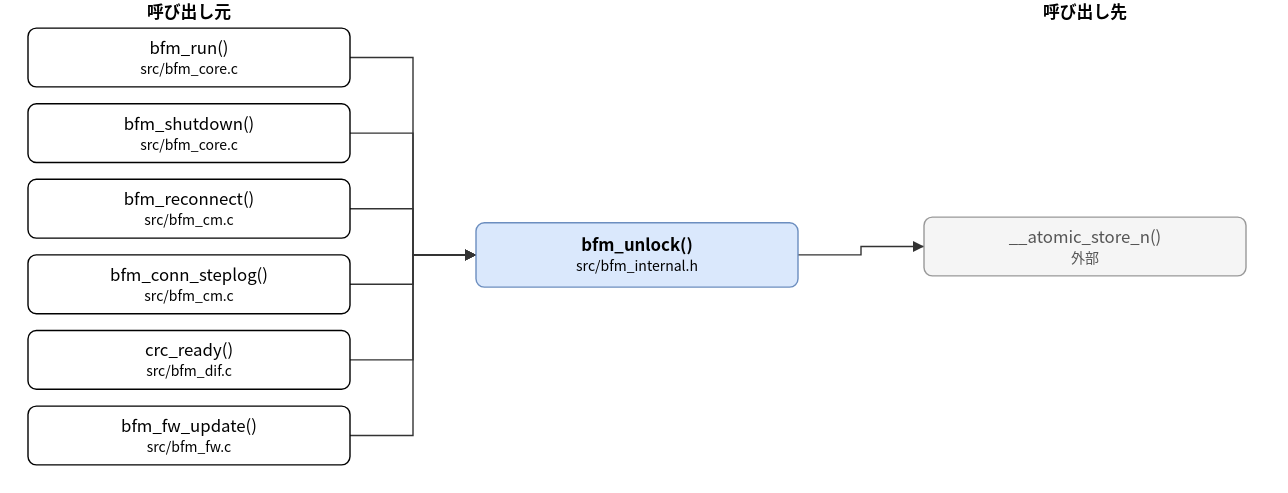
Before: doc/spec/images/call_src_bfm_internal-bfm_unlock.drawio.svg, a diagram exported from draw.io (hf355051012-ai/bfmem). Source tidied: cells renumbered, new cells last; positions are measured from the earlier drawing's top-left corner, leaving out a move shared by most shapes.
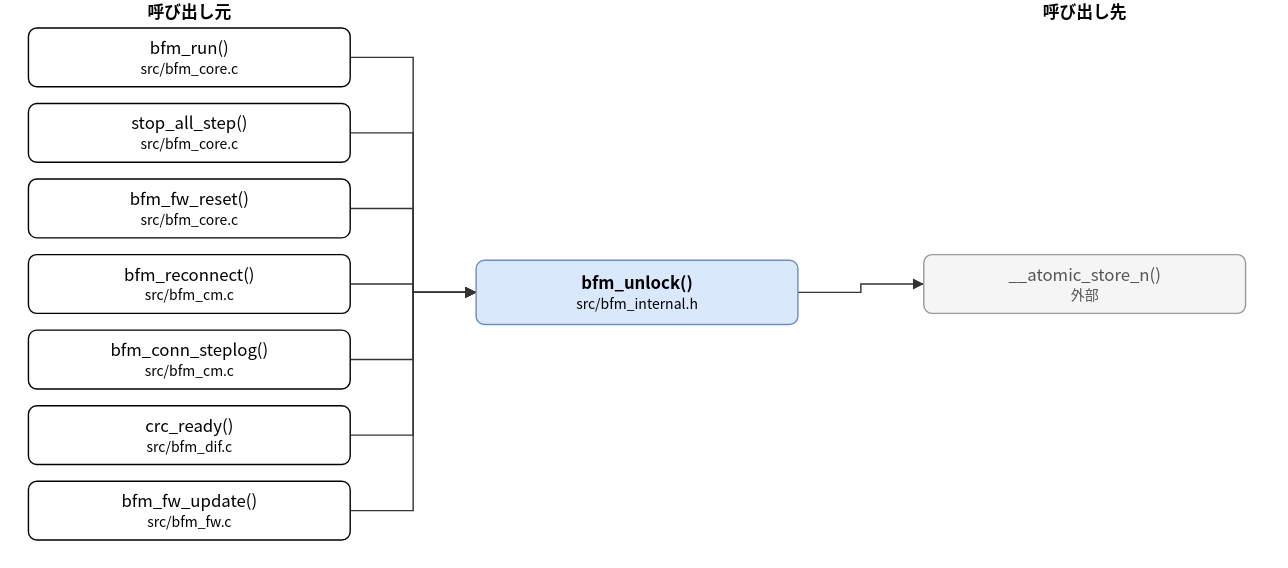
Later version of the same file.

The edit, as a diff of the source:
```diff
@@ -3,34 +3,37 @@
     <mxCell id="0" />
     <mxCell id="1" parent="0" />
     <mxCell id="2" value="bfm_unlock()&lt;br&gt;&lt;font style=&quot;font-size:10px&quot;&gt;src/bfm_internal.h&lt;/font&gt;" style="rounded=1;whiteSpace=wrap;html=1;fillColor=#dae8fc;strokeColor=#6c8ebf;fontStyle=1;" parent="1" vertex="1">
-      <mxGeometry x="320" y="159" width="230" height="46" as="geometry" />
+      <mxGeometry x="320" y="186" width="230" height="46" as="geometry" />
     </mxCell>
     <mxCell id="3" value="bfm_run()&lt;br&gt;&lt;font style=&quot;font-size:10px&quot;&gt;src/bfm_core.c&lt;/font&gt;" style="rounded=1;whiteSpace=wrap;html=1;" parent="1" vertex="1">
       <mxGeometry y="20" width="230" height="42" as="geometry" />
     </mxCell>
-    <mxCell id="4" value="bfm_shutdown()&lt;br&gt;&lt;font style=&quot;font-size:10px&quot;&gt;src/bfm_core.c&lt;/font&gt;" style="rounded=1;whiteSpace=wrap;html=1;" parent="1" vertex="1">
+    <mxCell id="4" value="stop_all_step()&lt;br&gt;&lt;font style=&quot;font-size:10px&quot;&gt;src/bfm_core.c&lt;/font&gt;" style="rounded=1;whiteSpace=wrap;html=1;" parent="1" vertex="1">
       <mxGeometry y="74" width="230" height="42" as="geometry" />
     </mxCell>
-    <mxCell id="5" value="bfm_reconnect()&lt;br&gt;&lt;font style=&quot;font-size:10px&quot;&gt;src/bfm_cm.c&lt;/font&gt;" style="rounded=1;whiteSpace=wrap;html=1;" parent="1" vertex="1">
+    <mxCell id="5" value="bfm_fw_reset()&lt;br&gt;&lt;font style=&quot;font-size:10px&quot;&gt;src/bfm_core.c&lt;/font&gt;" style="rounded=1;whiteSpace=wrap;html=1;" parent="1" vertex="1">
       <mxGeometry y="128" width="230" height="42" as="geometry" />
     </mxCell>
-    <mxCell id="6" value="bfm_conn_steplog()&lt;br&gt;&lt;font style=&quot;font-size:10px&quot;&gt;src/bfm_cm.c&lt;/font&gt;" style="rounded=1;whiteSpace=wrap;html=1;" parent="1" vertex="1">
+    <mxCell id="6" value="bfm_reconnect()&lt;br&gt;&lt;font style=&quot;font-size:10px&quot;&gt;src/bfm_cm.c&lt;/font&gt;" style="rounded=1;whiteSpace=wrap;html=1;" parent="1" vertex="1">
       <mxGeometry y="182" width="230" height="42" as="geometry" />
     </mxCell>
-    <mxCell id="7" value="crc_ready()&lt;br&gt;&lt;font style=&quot;font-size:10px&quot;&gt;src/bfm_dif.c&lt;/font&gt;" style="rounded=1;whiteSpace=wrap;html=1;" parent="1" vertex="1">
+    <mxCell id="7" value="bfm_conn_steplog()&lt;br&gt;&lt;font style=&quot;font-size:10px&quot;&gt;src/bfm_cm.c&lt;/font&gt;" style="rounded=1;whiteSpace=wrap;html=1;" parent="1" vertex="1">
       <mxGeometry y="236" width="230" height="42" as="geometry" />
     </mxCell>
-    <mxCell id="8" value="bfm_fw_update()&lt;br&gt;&lt;font style=&quot;font-size:10px&quot;&gt;src/bfm_fw.c&lt;/font&gt;" style="rounded=1;whiteSpace=wrap;html=1;" parent="1" vertex="1">
+    <mxCell id="8" value="crc_ready()&lt;br&gt;&lt;font style=&quot;font-size:10px&quot;&gt;src/bfm_dif.c&lt;/font&gt;" style="rounded=1;whiteSpace=wrap;html=1;" parent="1" vertex="1">
       <mxGeometry y="290" width="230" height="42" as="geometry" />
     </mxCell>
+    <mxCell id="19" value="bfm_fw_update()&lt;br&gt;&lt;font style=&quot;font-size:10px&quot;&gt;src/bfm_fw.c&lt;/font&gt;" style="rounded=1;whiteSpace=wrap;html=1;" parent="1" vertex="1">
+      <mxGeometry y="344" width="230" height="42" as="geometry" />
+    </mxCell>
     <mxCell id="9" value="__atomic_store_n()&lt;br&gt;&lt;font style=&quot;font-size:10px&quot;&gt;外部&lt;/font&gt;" style="rounded=1;whiteSpace=wrap;html=1;fillColor=#f5f5f5;strokeColor=#999999;fontColor=#555555;" parent="1" vertex="1">
-      <mxGeometry x="640" y="155" width="230" height="42" as="geometry" />
+      <mxGeometry x="640" y="182" width="230" height="42" as="geometry" />
     </mxCell>
     <mxCell id="10" style="edgeStyle=none;html=1;rounded=0;endArrow=block;endFill=1;exitX=1.0000;exitY=0.5000;exitDx=0;exitDy=0;exitPerimeter=0;entryX=0.0000;entryY=0.5000;entryDx=0;entryDy=0;entryPerimeter=0;" parent="1" edge="1" source="3" target="2">
       <mxGeometry relative="1" as="geometry">
         <Array as="points">
           <mxPoint x="275" y="41" />
-          <mxPoint x="275" y="182" />
+          <mxPoint x="275" y="209" />
         </Array>
       </mxGeometry>
     </mxCell>
@@ -38,7 +41,7 @@
       <mxGeometry relative="1" as="geometry">
         <Array as="points">
           <mxPoint x="275" y="95" />
-          <mxPoint x="275" y="182" />
+          <mxPoint x="275" y="209" />
         </Array>
       </mxGeometry>
     </mxCell>
@@ -46,7 +49,7 @@
       <mxGeometry relative="1" as="geometry">
         <Array as="points">
           <mxPoint x="275" y="149" />
-          <mxPoint x="275" y="182" />
+          <mxPoint x="275" y="209" />
         </Array>
       </mxGeometry>
     </mxCell>
@@ -54,7 +57,7 @@
       <mxGeometry relative="1" as="geometry">
         <Array as="points">
           <mxPoint x="275" y="203" />
-          <mxPoint x="275" y="182" />
+          <mxPoint x="275" y="209" />
         </Array>
       </mxGeometry>
     </mxCell>
@@ -62,7 +65,7 @@
       <mxGeometry relative="1" as="geometry">
         <Array as="points">
           <mxPoint x="275" y="257" />
-          <mxPoint x="275" y="182" />
+          <mxPoint x="275" y="209" />
         </Array>
       </mxGeometry>
     </mxCell>
@@ -70,18 +73,26 @@
       <mxGeometry relative="1" as="geometry">
         <Array as="points">
           <mxPoint x="275" y="311" />
-          <mxPoint x="275" y="182" />
+          <mxPoint x="275" y="209" />
         </Array>
       </mxGeometry>
     </mxCell>
-    <mxCell id="16" style="edgeStyle=none;html=1;rounded=0;endArrow=block;endFill=1;exitX=1.0000;exitY=0.5000;exitDx=0;exitDy=0;exitPerimeter=0;entryX=0.0000;entryY=0.5000;entryDx=0;entryDy=0;entryPerimeter=0;" parent="1" edge="1" source="2" target="9">
+    <mxCell id="16" style="edgeStyle=none;html=1;rounded=0;endArrow=block;endFill=1;exitX=1.0000;exitY=0.5000;exitDx=0;exitDy=0;exitPerimeter=0;entryX=0.0000;entryY=0.5000;entryDx=0;entryDy=0;entryPerimeter=0;" parent="1" edge="1" source="19" target="2">
       <mxGeometry relative="1" as="geometry">
         <Array as="points">
-          <mxPoint x="595" y="182" />
-          <mxPoint x="595" y="176" />
+          <mxPoint x="275" y="365" />
+          <mxPoint x="275" y="209" />
         </Array>
       </mxGeometry>
     </mxCell>
+    <mxCell id="20" style="edgeStyle=none;html=1;rounded=0;endArrow=block;endFill=1;exitX=1.0000;exitY=0.5000;exitDx=0;exitDy=0;exitPerimeter=0;entryX=0.0000;entryY=0.5000;entryDx=0;entryDy=0;entryPerimeter=0;" parent="1" edge="1" source="2" target="9">
+      <mxGeometry relative="1" as="geometry">
+        <Array as="points">
+          <mxPoint x="595" y="209" />
+          <mxPoint x="595" y="203" />
+        </Array>
+      </mxGeometry>
+    </mxCell>
     <mxCell id="17" value="呼び出し元" style="text;html=1;align=center;fontStyle=1;" parent="1" vertex="1">
       <mxGeometry x="35" width="160" height="18" as="geometry" />
     </mxCell>
```
